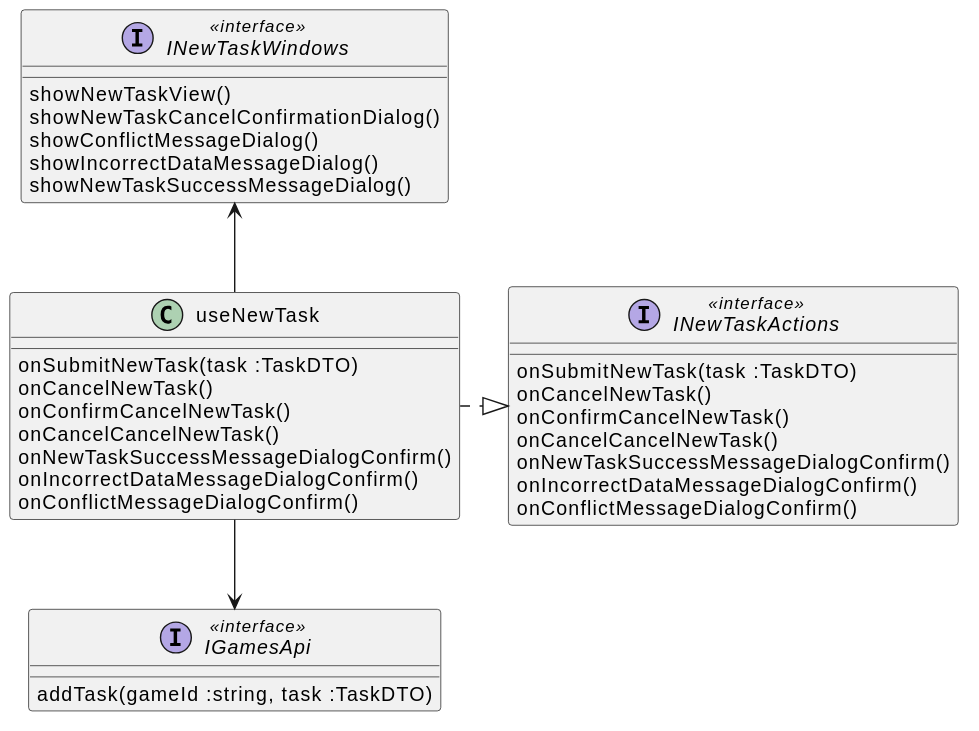
Igor-Ochocki/POP-2026Z keeps this PlantUML diagram as diagrams/frontend/rendered/new-task-presenter.svg. Above is the earlier version.
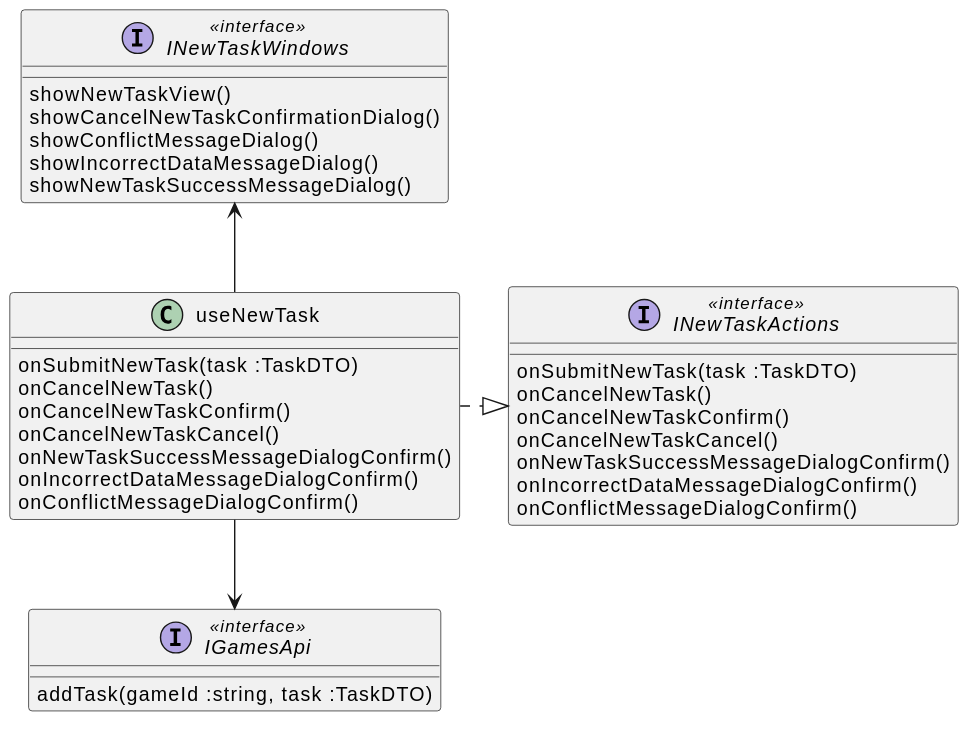
After the change.

What changed in the source:
```diff
@@ -2,8 +2,8 @@
 class useNewTask {
     onSubmitNewTask(task :TaskDTO)
     onCancelNewTask()
-    onConfirmCancelNewTask()
-    onCancelCancelNewTask()
+    onCancelNewTaskConfirm()
+    onCancelNewTaskCancel()
     onNewTaskSuccessMessageDialogConfirm()
     onIncorrectDataMessageDialogConfirm()
     onConflictMessageDialogConfirm()
@@ -12,8 +12,8 @@
 interface INewTaskActions <<interface>> {
     onSubmitNewTask(task :TaskDTO)
     onCancelNewTask()
-    onConfirmCancelNewTask()
-    onCancelCancelNewTask()
+    onCancelNewTaskConfirm()
+    onCancelNewTaskCancel()
     onNewTaskSuccessMessageDialogConfirm()
     onIncorrectDataMessageDialogConfirm()
     onConflictMessageDialogConfirm()
@@ -30,7 +30,7 @@
 
 interface INewTaskWindows <<interface>> {
     showNewTaskView()
-    showNewTaskCancelConfirmationDialog()
+    showCancelNewTaskConfirmationDialog()
     showConflictMessageDialog()
     showIncorrectDataMessageDialog()
     showNewTaskSuccessMessageDialog()
```
